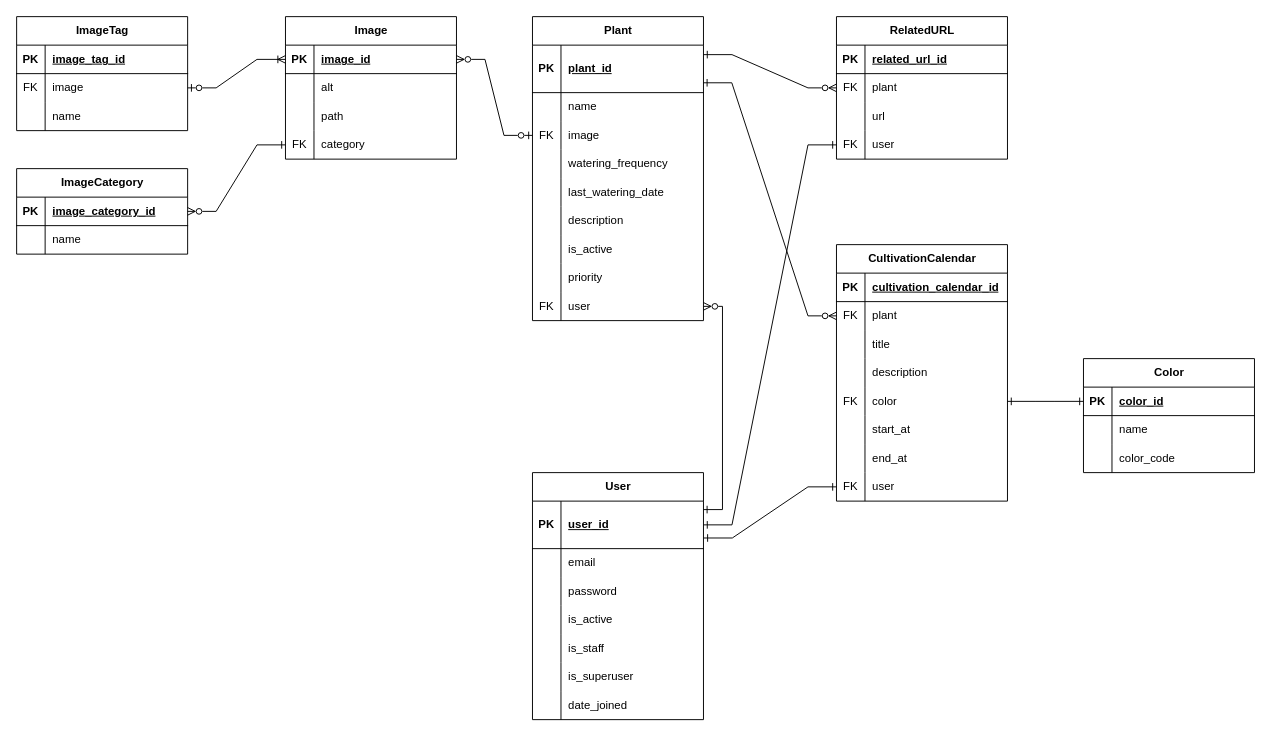
AikawaShota/garden-management keeps this draw.io diagram as documents/ERD.drawio. Above is the earlier version. Source tidied: cells renumbered, new cells numbered last; positions are measured from the earlier drawing's top-left corner, leaving out a move shared by most shapes. Both pictures are drawn from the tidied source at 95%, with x=0, y=0 at pixel (16, 16).
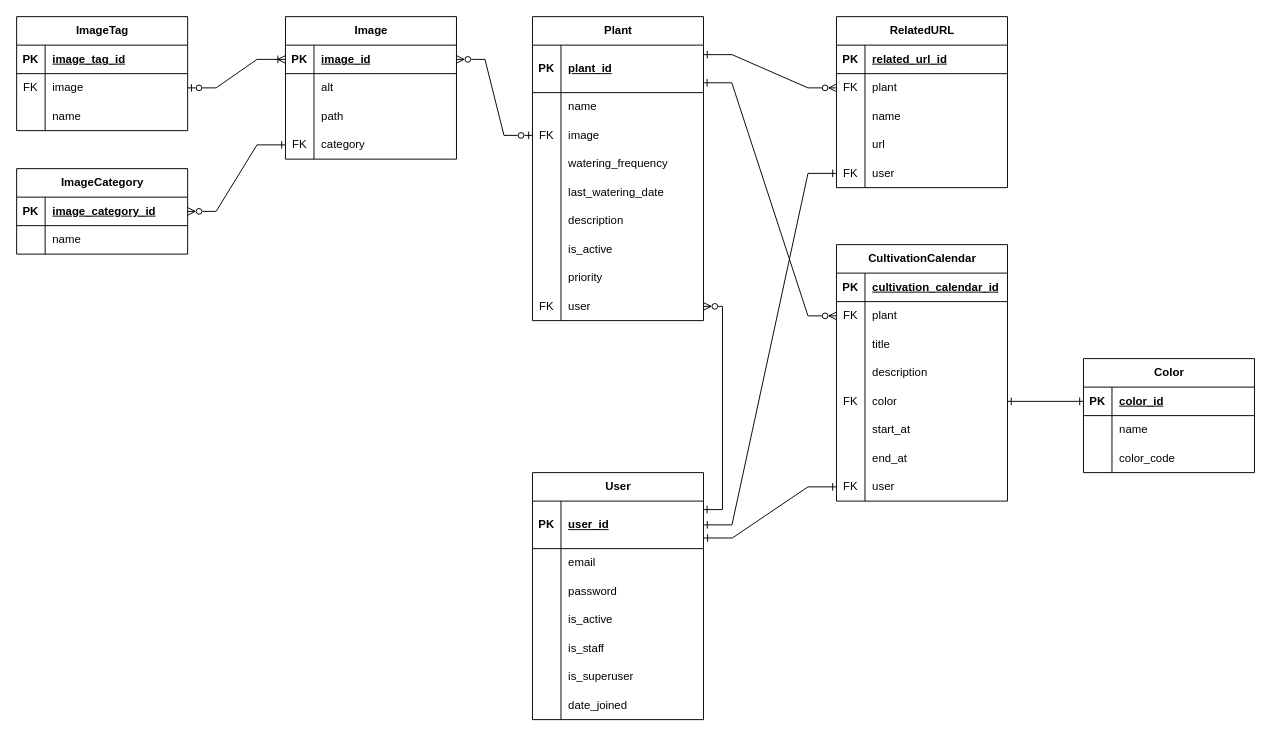
Above is the later version.

Change to the diagram source:
```diff
@@
     <mxCell id="52" value="RelatedURL" style="shape=table;startSize=30;childLayout=tableLayout;rowLines=0;fontStyle=1;align=center;html=1;" parent="1" vertex="1">
-      <mxGeometry x="863" width="180" height="150" as="geometry" />
+      <mxGeometry x="863" width="180" height="180" as="geometry" />
     </mxCell>
@@
+    <mxCell id="139" style="shape=tableRow;horizontal=0;startSize=0;swimlaneHead=0;swimlaneBody=0;fillColor=none;top=0;left=0;right=0;bottom=0;" parent="52" vertex="1">
+      <mxGeometry y="90" width="180" height="30" as="geometry" />
+    </mxCell>
+    <mxCell id="140" style="shape=partialRectangle;fillColor=none;top=0;left=0;bottom=0;right=0;overflow=hidden;whiteSpace=wrap;html=1;" parent="139" vertex="1">
+      <mxGeometry width="30" height="30" as="geometry" />
+    </mxCell>
+    <mxCell id="141" value="name" style="shape=partialRectangle;fillColor=none;top=0;left=0;bottom=0;right=0;align=left;spacingLeft=6;overflow=hidden;whiteSpace=wrap;html=1;" parent="139" vertex="1">
+      <mxGeometry x="30" width="150" height="30" as="geometry" />
+    </mxCell>
     <mxCell id="59" style="shape=tableRow;horizontal=0;startSize=0;swimlaneHead=0;swimlaneBody=0;fillColor=none;top=0;left=0;right=0;bottom=0;" parent="52" vertex="1">
-      <mxGeometry y="90" width="180" height="30" as="geometry" />
+      <mxGeometry y="120" width="180" height="30" as="geometry" />
     </mxCell>
@@
     <mxCell id="62" style="shape=tableRow;horizontal=0;startSize=0;swimlaneHead=0;swimlaneBody=0;fillColor=none;points=[[0,0.5],[1,0.5]];portConstraint=eastwest;top=0;left=0;right=0;bottom=0;" parent="52" vertex="1">
-      <mxGeometry y="120" width="180" height="30" as="geometry" />
+      <mxGeometry y="150" width="180" height="30" as="geometry" />
     </mxCell>
```
